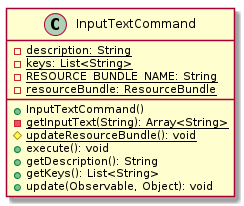
P-Kalin/kit26a keeps this PlantUML diagram as malokhvii-eduard/malokhvii04/doc/plantuml/png/ua.khpi.oop.malokhvii04.shell.commands.text.InputTextCommand.png. Above is the earlier version. Source of this version:
```plantuml
@startuml

    class InputTextCommand {
        {static} -description: String
        {static} -keys: List<String>
        {static} -RESOURCE_BUNDLE_NAME: String
        {static} -resourceBundle: ResourceBundle
        +InputTextCommand()
        {static} -getInputText(String): Array<String>
        {static} #updateResourceBundle(): void
        +execute(): void
        +getDescription(): String
        +getKeys(): List<String>
        +update(Observable, Object): void
    }

@enduml
```
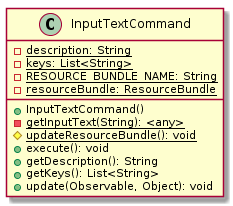
Later version of the same file.

What changed in the source:
```diff
@@ -6,7 +6,7 @@
         {static} -RESOURCE_BUNDLE_NAME: String
         {static} -resourceBundle: ResourceBundle
         +InputTextCommand()
-        {static} -getInputText(String): Array<String>
+        {static} -getInputText(String): <any>
         {static} #updateResourceBundle(): void
         +execute(): void
         +getDescription(): String
```
